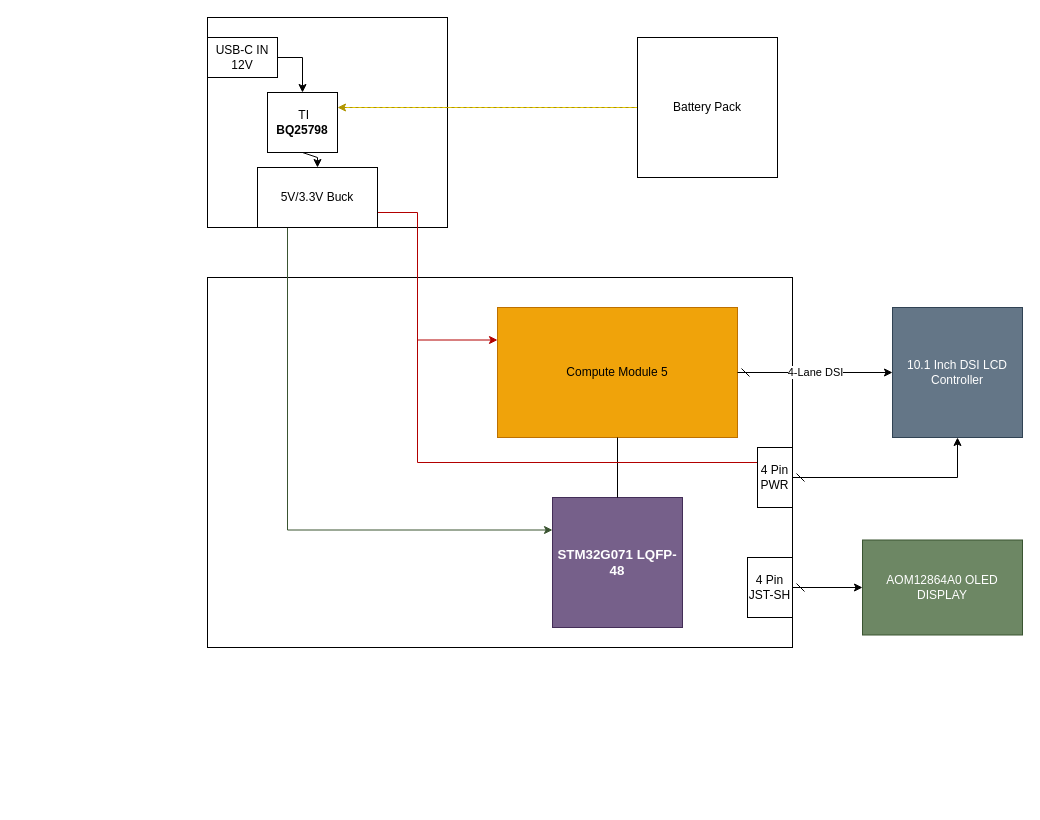
The draw.io diagram ADS-B Tracker Hardware.drawio in Adaboss/Senior-Design-, before the edit. Source tidied: cells renumbered, new cells numbered last; positions are measured from the earlier drawing's top-left corner, leaving out a move shared by most shapes. Both pictures are drawn from the tidied source at 100%, with x=0, y=0 at pixel (207, 17).
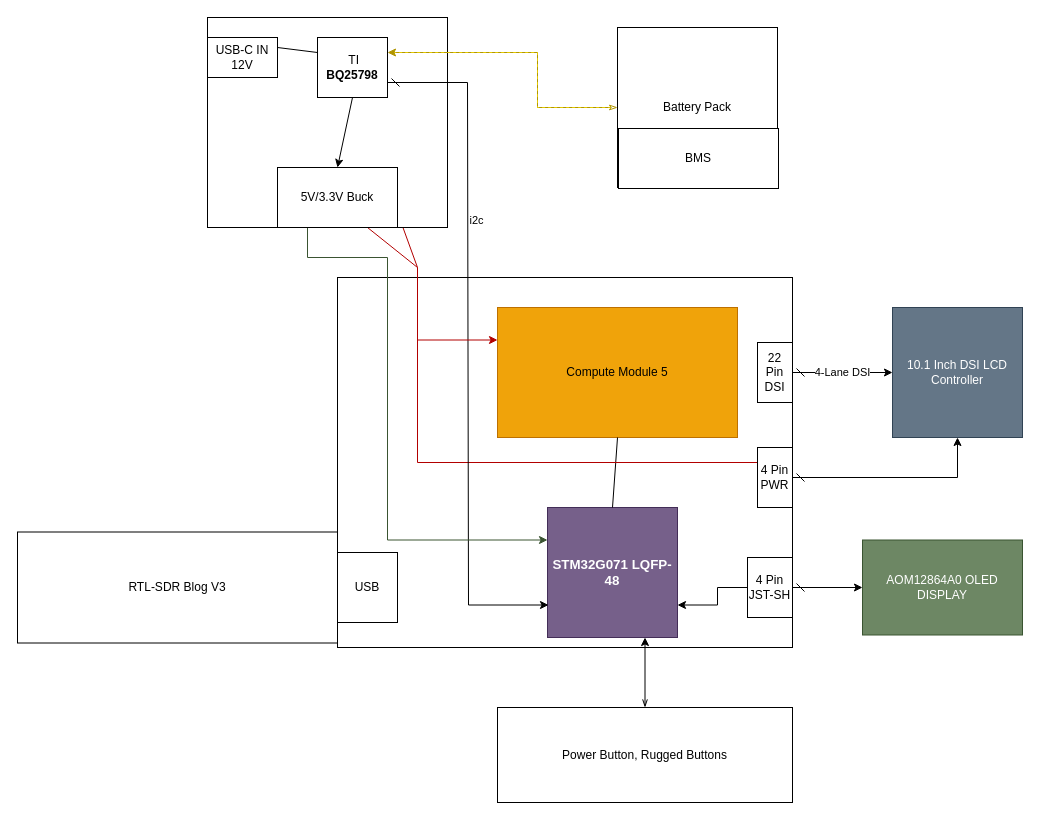
After the change.

Commit message:
updated power board and more connections

Unchanged cells that the change refers to:
```xml
<mxCell id="3" value="Compute Module 5" style="rounded=0;whiteSpace=wrap;html=1;fillColor=#f0a30a;fontColor=#000000;strokeColor=#BD7000;" parent="1" vertex="1">
  <mxGeometry x="290" y="290" width="240" height="130" as="geometry" />
</mxCell>
<mxCell id="5" value="10.1 Inch DSI LCD Controller" style="whiteSpace=wrap;html=1;fillColor=#647687;fontColor=#ffffff;strokeColor=#314354;" parent="1" vertex="1">
  <mxGeometry x="685" y="290" width="130" height="130" as="geometry" />
</mxCell>
<mxCell id="10" value="4 Pin PWR" style="rounded=0;whiteSpace=wrap;html=1;" parent="1" vertex="1">
  <mxGeometry x="550" y="430" width="35" height="60" as="geometry" />
</mxCell>
<mxCell id="13" value="4 Pin JST-SH" style="rounded=0;whiteSpace=wrap;html=1;" parent="1" vertex="1">
  <mxGeometry x="540" y="540" width="45" height="60" as="geometry" />
</mxCell>
<mxCell id="18" value="USB-C IN 12V" style="rounded=0;whiteSpace=wrap;html=1;" parent="1" vertex="1">
  <mxGeometry y="20" width="70" height="40" as="geometry" />
</mxCell>
```

The edit, as a diff of the source:
```diff
@@
     <mxCell id="2" style="rounded=0;whiteSpace=wrap;html=1;" parent="1" vertex="1">
-      <mxGeometry y="260" width="585" height="370" as="geometry" />
+      <mxGeometry x="130" y="260" width="455" height="370" as="geometry" />
     </mxCell>
@@
-    <mxCell id="4" value="4-Lane DSI" style="endArrow=classic;html=1;rounded=0;defaultLabelBackgroundColor=page;startArrow=dash;startFill=0;entryX=0;entryY=0.5;entryDx=0;entryDy=0;" parent="1" edge="1" source="3" target="5">
+    <mxCell id="4" value="4-Lane DSI" style="endArrow=classic;html=1;rounded=0;defaultLabelBackgroundColor=page;startArrow=dash;startFill=0;entryX=0;entryY=0.5;entryDx=0;entryDy=0;exitX=1;exitY=0.5;exitDx=0;exitDy=0;" parent="1" edge="1" source="28" target="5">
       <mxGeometry relative="1" as="geometry" />
     </mxCell>
@@
     <mxCell id="6" value="&lt;span style=&quot;font-family: Calibri; font-size: 10pt;&quot;&gt;&lt;strong&gt;STM32G071 LQFP-48&lt;/strong&gt;&lt;/span&gt;" style="whiteSpace=wrap;html=1;fillColor=#76608a;fontColor=#ffffff;strokeColor=#432D57;" parent="1" vertex="1">
-      <mxGeometry x="345" y="480" width="130" height="130" as="geometry" />
+      <mxGeometry x="340" y="490" width="130" height="130" as="geometry" />
     </mxCell>
@@
     <mxCell id="9" style="edgeStyle=none;rounded=0;jettySize=auto;html=1;exitX=0;exitY=0.25;exitDx=0;exitDy=0;entryX=1;entryY=0.75;entryDx=0;entryDy=0;defaultLabelBackgroundColor=page;fillColor=#e51400;strokeColor=#B20000;" parent="1" edge="1" source="10" target="23">
-      <mxGeometry relative="1" as="geometry">
+      <mxGeometry x="0.03" relative="1" as="geometry">
         <Array as="points">
           <mxPoint x="210" y="445" />
-          <mxPoint x="210" y="195" />
+          <mxPoint x="210" y="250" />
         </Array>
       </mxGeometry>
     </mxCell>
@@
+    <mxCell id="24" style="edgeStyle=none;rounded=0;jettySize=auto;html=1;exitX=0;exitY=0.5;exitDx=0;exitDy=0;entryX=1;entryY=0.75;entryDx=0;entryDy=0;defaultLabelBackgroundColor=page;" parent="1" edge="1" source="13" target="6">
+      <mxGeometry x="0.18" relative="1" as="geometry">
+        <Array as="points">
+          <mxPoint x="510" y="570" />
+          <mxPoint x="510" y="587.5" />
+        </Array>
+      </mxGeometry>
+    </mxCell>
@@
-    <mxCell id="15" style="edgeStyle=none;rounded=0;jettySize=auto;html=1;exitX=0;exitY=0.5;exitDx=0;exitDy=0;entryX=1;entryY=0.25;entryDx=0;entryDy=0;defaultLabelBackgroundColor=page;fillColor=#e3c800;strokeColor=#B09500;shape=wire;dashed=1;" parent="1" edge="1" source="16" target="20">
-      <mxGeometry relative="1" as="geometry" />
+    <mxCell id="15" style="edgeStyle=none;rounded=0;jettySize=auto;html=1;exitX=0;exitY=0.5;exitDx=0;exitDy=0;entryX=1;entryY=0.25;entryDx=0;entryDy=0;defaultLabelBackgroundColor=page;fillColor=#e3c800;strokeColor=#B09500;shape=wire;dashed=1;startArrow=classicThin;startFill=0;" parent="1" edge="1" source="16" target="20">
+      <mxGeometry x="0.14" relative="1" as="geometry">
+        <Array as="points">
+          <mxPoint x="330" y="90" />
+          <mxPoint x="330" y="35" />
+        </Array>
+      </mxGeometry>
     </mxCell>
     <mxCell id="16" value="Battery Pack" style="whiteSpace=wrap;html=1;" parent="1" vertex="1">
-      <mxGeometry x="430" y="20" width="140" height="140" as="geometry" />
+      <mxGeometry x="410" y="10" width="160" height="160" as="geometry" />
     </mxCell>
-    <mxCell id="17" style="edgeStyle=none;rounded=0;jettySize=auto;html=1;exitX=1;exitY=0.5;exitDx=0;exitDy=0;entryX=0.5;entryY=0;entryDx=0;entryDy=0;defaultLabelBackgroundColor=page;" parent="1" edge="1" source="18" target="20">
-      <mxGeometry relative="1" as="geometry">
-        <Array as="points">
-          <mxPoint x="95" y="40" />
-        </Array>
-      </mxGeometry>
-    </mxCell>
@@
     <mxCell id="19" style="edgeStyle=none;rounded=0;jettySize=auto;html=1;exitX=0.5;exitY=1;exitDx=0;exitDy=0;entryX=0.5;entryY=0;entryDx=0;entryDy=0;defaultLabelBackgroundColor=page;" parent="1" edge="1" source="20" target="23">
-      <mxGeometry relative="1" as="geometry">
-        <Array as="points">
-          <mxPoint x="110" y="140" />
-        </Array>
-      </mxGeometry>
+      <mxGeometry relative="1" as="geometry" />
     </mxCell>
+    <mxCell id="25" style="edgeStyle=none;rounded=0;jettySize=auto;html=1;exitX=1;exitY=0.75;exitDx=0;exitDy=0;entryX=0;entryY=0.75;entryDx=0;entryDy=0;defaultLabelBackgroundColor=page;startArrow=dash;startFill=0;" parent="1" edge="1" source="20">
+      <mxGeometry x="-0.01" relative="1" as="geometry">
+        <mxPoint x="341" y="587.5" as="targetPoint" />
+        <Array as="points">
+          <mxPoint x="260" y="65" />
+          <mxPoint x="261" y="587.5" />
+        </Array>
+      </mxGeometry>
+    </mxCell>
+    <mxCell id="26" value="i2c" style="edgeLabel;html=1;align=center;verticalAlign=middle;inheritText=1;defaultLabelBackgroundColor=page;" parent="25" vertex="1">
+      <mxGeometry x="-0.36" y="8" relative="1" as="geometry" />
+    </mxCell>
+    <mxCell id="27" style="edgeStyle=none;rounded=0;jettySize=auto;html=1;exitX=0;exitY=0.25;exitDx=0;exitDy=0;entryX=1;entryY=0.25;entryDx=0;entryDy=0;defaultLabelBackgroundColor=page;endArrow=none;endFill=0;" parent="1" edge="1" source="20" target="18">
+      <mxGeometry relative="1" as="geometry" />
+    </mxCell>
     <mxCell id="20" value="&amp;nbsp;TI &lt;strong&gt;BQ25798&lt;/strong&gt;" style="rounded=0;whiteSpace=wrap;html=1;" parent="1" vertex="1">
-      <mxGeometry x="60" y="75" width="70" height="60" as="geometry" />
+      <mxGeometry x="110" y="20" width="70" height="60" as="geometry" />
     </mxCell>
     <mxCell id="21" style="edgeStyle=none;rounded=0;jettySize=auto;html=1;exitX=0.25;exitY=1;exitDx=0;exitDy=0;entryX=0;entryY=0.25;entryDx=0;entryDy=0;defaultLabelBackgroundColor=page;fillColor=#6d8764;strokeColor=#3A5431;" parent="1" edge="1" source="23" target="6">
-      <mxGeometry relative="1" as="geometry">
+      <mxGeometry x="-0.04" relative="1" as="geometry">
         <Array as="points">
-          <mxPoint x="80" y="512.5" />
+          <mxPoint x="100" y="240" />
+          <mxPoint x="180" y="240" />
+          <mxPoint x="180" y="522.5" />
         </Array>
       </mxGeometry>
     </mxCell>
-    <mxCell id="22" style="edgeStyle=none;rounded=0;jettySize=auto;html=1;exitX=1;exitY=0.75;exitDx=0;exitDy=0;entryX=0;entryY=0.25;entryDx=0;entryDy=0;defaultLabelBackgroundColor=page;fillColor=#e51400;strokeColor=#B20000;" parent="1" edge="1" source="23" target="3">
-      <mxGeometry relative="1" as="geometry">
+    <mxCell id="22" style="edgeStyle=none;rounded=0;jettySize=auto;html=1;exitX=0.75;exitY=1;exitDx=0;exitDy=0;entryX=0;entryY=0.25;entryDx=0;entryDy=0;defaultLabelBackgroundColor=page;fillColor=#e51400;strokeColor=#B20000;" parent="1" edge="1" source="23" target="3">
+      <mxGeometry x="0.05" relative="1" as="geometry">
         <Array as="points">
-          <mxPoint x="210" y="195" />
+          <mxPoint x="210" y="250" />
           <mxPoint x="210" y="322.5" />
         </Array>
       </mxGeometry>
     </mxCell>
     <mxCell id="23" value="5V/3.3V Buck" style="rounded=0;whiteSpace=wrap;html=1;" parent="1" vertex="1">
-      <mxGeometry x="50" y="150" width="120" height="60" as="geometry" />
+      <mxGeometry x="70" y="150" width="120" height="60" as="geometry" />
     </mxCell>
+    <mxCell id="28" value="22 Pin DSI" style="rounded=0;whiteSpace=wrap;html=1;" parent="1" vertex="1">
+      <mxGeometry x="550" y="325" width="35" height="60" as="geometry" />
+    </mxCell>
+    <mxCell id="29" value="USB" style="rounded=0;whiteSpace=wrap;html=1;" parent="1" vertex="1">
+      <mxGeometry x="130" y="535" width="60" height="70" as="geometry" />
+    </mxCell>
+    <mxCell id="30" value="RTL-SDR Blog V3" style="rounded=0;whiteSpace=wrap;html=1;" parent="1" vertex="1">
+      <mxGeometry x="-190" y="514.5" width="320" height="111" as="geometry" />
+    </mxCell>
+    <mxCell id="31" value="BMS" style="rounded=0;whiteSpace=wrap;html=1;" parent="1" vertex="1">
+      <mxGeometry x="411" y="111" width="160" height="60" as="geometry" />
+    </mxCell>
+    <mxCell id="32" style="edgeStyle=none;rounded=0;jettySize=auto;html=1;exitX=0.5;exitY=0;exitDx=0;exitDy=0;entryX=0.75;entryY=1;entryDx=0;entryDy=0;defaultLabelBackgroundColor=page;startArrow=openThin;startFill=0;" parent="1" edge="1" source="33" target="6">
+      <mxGeometry relative="1" as="geometry" />
+    </mxCell>
+    <mxCell id="33" value="Power Button, Rugged Buttons" style="rounded=0;whiteSpace=wrap;html=1;" parent="1" vertex="1">
+      <mxGeometry x="290" y="690" width="295" height="95" as="geometry" />
+    </mxCell>
```
